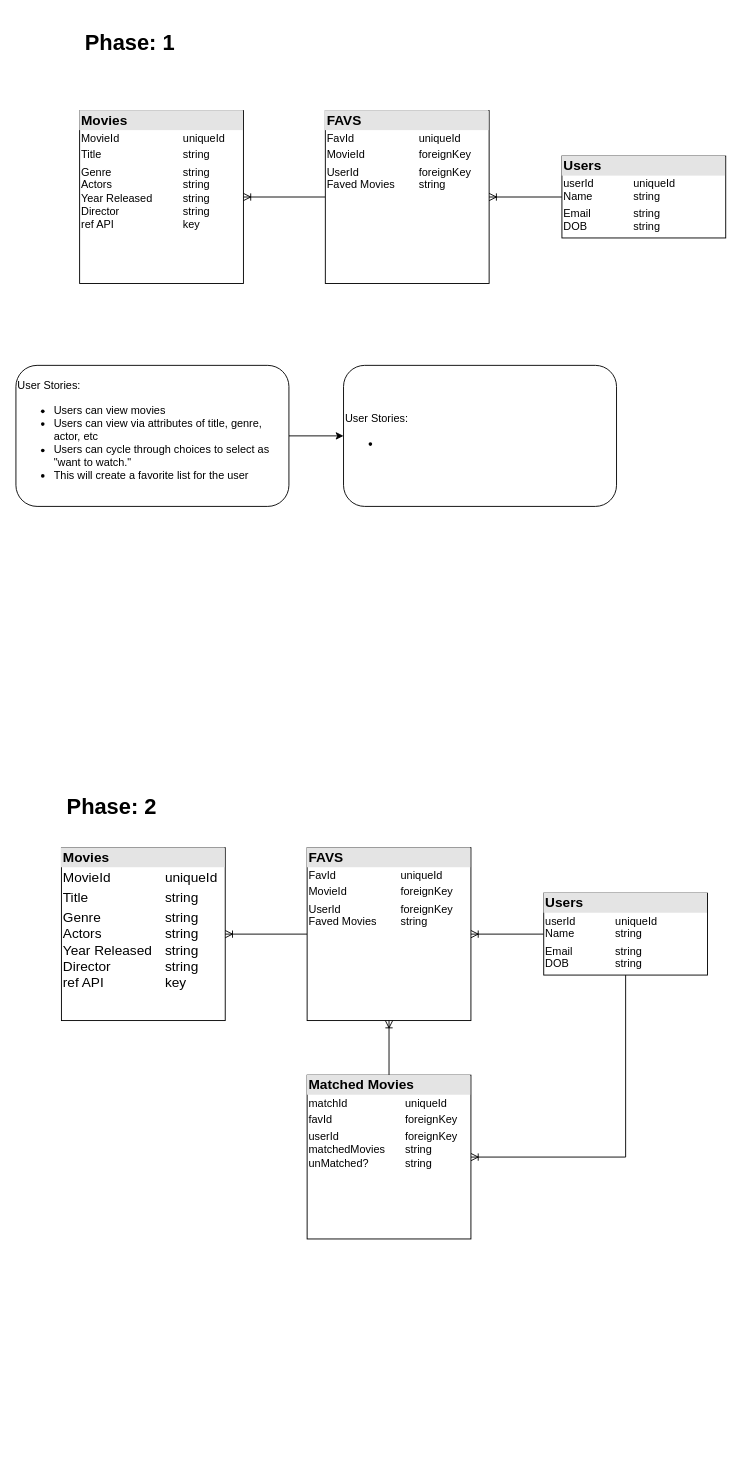
The draw.io diagram nextflix.drawio in Magowntown/nextflix, before the edit. Source tidied: cells renumbered, new cells numbered last; positions are measured from the earlier drawing's top-left corner, leaving out a move shared by most shapes. Both pictures are drawn from the tidied source at 91%, with x=0, y=0 at pixel (15, 20).
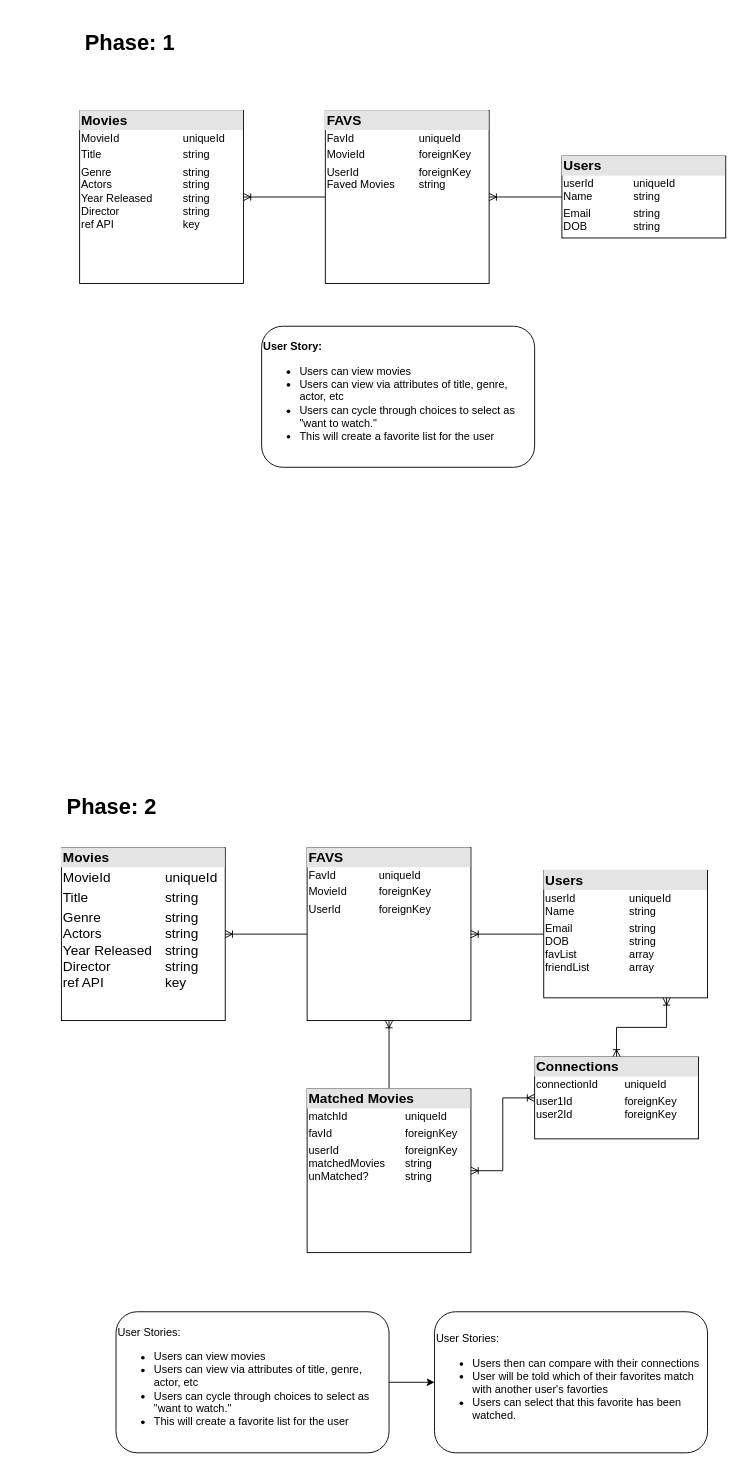
The same page after the edit.

What changed in the source:
```diff
@@
-    <mxCell id="11" value="&lt;div style=&quot;box-sizing: border-box ; width: 100% ; background: #e4e4e4 ; padding: 2px&quot;&gt;&lt;b&gt;&lt;font style=&quot;font-size: 15px&quot;&gt;FAVS&lt;/font&gt;&lt;/b&gt;&lt;/div&gt;&lt;table style=&quot;width: 100% ; font-size: 1em&quot; cellpadding=&quot;2&quot; cellspacing=&quot;0&quot;&gt;&lt;tbody&gt;&lt;tr&gt;&lt;td&gt;FavId&lt;/td&gt;&lt;td&gt;uniqueId&lt;/td&gt;&lt;/tr&gt;&lt;tr&gt;&lt;td&gt;MovieId&lt;/td&gt;&lt;td&gt;foreignKey&lt;/td&gt;&lt;/tr&gt;&lt;tr&gt;&lt;td&gt;UserId&lt;br&gt;Faved Movies&lt;/td&gt;&lt;td&gt;foreignKey&lt;br&gt;string&lt;/td&gt;&lt;/tr&gt;&lt;/tbody&gt;&lt;/table&gt;" style="verticalAlign=top;align=left;overflow=fill;html=1;" parent="1" vertex="1">
+    <mxCell id="11" value="&lt;div style=&quot;box-sizing: border-box ; width: 100% ; background: #e4e4e4 ; padding: 2px&quot;&gt;&lt;b&gt;&lt;font style=&quot;font-size: 15px&quot;&gt;FAVS&lt;/font&gt;&lt;/b&gt;&lt;/div&gt;&lt;table style=&quot;width: 100% ; font-size: 1em&quot; cellpadding=&quot;2&quot; cellspacing=&quot;0&quot;&gt;&lt;tbody&gt;&lt;tr&gt;&lt;td&gt;FavId&lt;/td&gt;&lt;td&gt;uniqueId&lt;/td&gt;&lt;/tr&gt;&lt;tr&gt;&lt;td&gt;MovieId&lt;/td&gt;&lt;td&gt;foreignKey&lt;/td&gt;&lt;/tr&gt;&lt;tr&gt;&lt;td&gt;UserId&lt;br&gt;&lt;br&gt;&lt;/td&gt;&lt;td&gt;foreignKey&lt;br&gt;&lt;br&gt;&lt;/td&gt;&lt;/tr&gt;&lt;/tbody&gt;&lt;/table&gt;" style="verticalAlign=top;align=left;overflow=fill;html=1;" parent="1" vertex="1">
       <mxGeometry x="320" y="909" width="180" height="190" as="geometry" />
     </mxCell>
@@
-    <mxCell id="13" style="edgeStyle=orthogonalEdgeStyle;rounded=0;jettySize=auto;html=1;entryX=1;entryY=0.5;entryDx=0;entryDy=0;endArrow=ERoneToMany;endFill=0;exitX=0.5;exitY=1;exitDx=0;exitDy=0;" parent="1" edge="1" source="14" target="16">
-      <mxGeometry relative="1" as="geometry" />
-    </mxCell>
-    <mxCell id="14" value="&lt;div style=&quot;box-sizing: border-box ; width: 100% ; background: #e4e4e4 ; padding: 2px&quot;&gt;&lt;b&gt;&lt;font style=&quot;font-size: 15px&quot;&gt;Users&lt;/font&gt;&lt;/b&gt;&lt;/div&gt;&lt;table style=&quot;width: 100% ; font-size: 1em&quot; cellpadding=&quot;2&quot; cellspacing=&quot;0&quot;&gt;&lt;tbody&gt;&lt;tr&gt;&lt;td&gt;userId&lt;br&gt;Name&lt;/td&gt;&lt;td&gt;uniqueId&lt;br&gt;string&lt;/td&gt;&lt;/tr&gt;&lt;tr&gt;&lt;td&gt;Email&lt;br&gt;DOB&lt;br&gt;&lt;br&gt;&lt;/td&gt;&lt;td&gt;string&lt;br&gt;string&lt;br&gt;&lt;br&gt;&lt;/td&gt;&lt;/tr&gt;&lt;tr&gt;&lt;td&gt;&lt;/td&gt;&lt;td&gt;&lt;br&gt;&lt;/td&gt;&lt;/tr&gt;&lt;/tbody&gt;&lt;/table&gt;" style="verticalAlign=top;align=left;overflow=fill;html=1;" parent="1" vertex="1">
-      <mxGeometry x="580" y="959" width="180" height="90" as="geometry" />
+    <mxCell id="14" value="&lt;div style=&quot;box-sizing: border-box ; width: 100% ; background: #e4e4e4 ; padding: 2px&quot;&gt;&lt;b&gt;&lt;font style=&quot;font-size: 15px&quot;&gt;Users&lt;/font&gt;&lt;/b&gt;&lt;/div&gt;&lt;table style=&quot;width: 100% ; font-size: 1em&quot; cellpadding=&quot;2&quot; cellspacing=&quot;0&quot;&gt;&lt;tbody&gt;&lt;tr&gt;&lt;td&gt;userId&lt;br&gt;Name&lt;/td&gt;&lt;td&gt;uniqueId&lt;br&gt;string&lt;/td&gt;&lt;/tr&gt;&lt;tr&gt;&lt;td&gt;Email&lt;br&gt;DOB&lt;br&gt;favList&lt;br&gt;friendList&lt;br&gt;&lt;br&gt;&lt;/td&gt;&lt;td&gt;string&lt;br&gt;string&lt;br&gt;array&lt;br&gt;array&lt;br&gt;&lt;br&gt;&lt;/td&gt;&lt;/tr&gt;&lt;tr&gt;&lt;td&gt;&lt;/td&gt;&lt;td&gt;&lt;br&gt;&lt;/td&gt;&lt;/tr&gt;&lt;/tbody&gt;&lt;/table&gt;" style="verticalAlign=top;align=left;overflow=fill;html=1;" parent="1" vertex="1">
+      <mxGeometry x="580" y="934" width="180" height="140" as="geometry" />
     </mxCell>
@@
+    <mxCell id="20" style="edgeStyle=orthogonalEdgeStyle;rounded=0;jettySize=auto;html=1;entryX=0;entryY=0.5;entryDx=0;entryDy=0;startArrow=none;startFill=0;endArrow=ERoneToMany;endFill=0;strokeColor=none;" parent="1" edge="1" source="16" target="24">
+      <mxGeometry relative="1" as="geometry" />
+    </mxCell>
+    <mxCell id="21" style="edgeStyle=orthogonalEdgeStyle;rounded=0;jettySize=auto;html=1;entryX=0;entryY=0.5;entryDx=0;entryDy=0;startArrow=ERoneToMany;startFill=0;endArrow=ERoneToMany;endFill=0;" parent="1" edge="1" source="16" target="24">
+      <mxGeometry relative="1" as="geometry" />
+    </mxCell>
     <mxCell id="16" value="&lt;div style=&quot;box-sizing: border-box ; width: 100% ; background: #e4e4e4 ; padding: 2px&quot;&gt;&lt;b&gt;&lt;font style=&quot;font-size: 15px&quot;&gt;Matched Movies&lt;/font&gt;&lt;/b&gt;&lt;/div&gt;&lt;table style=&quot;width: 100% ; font-size: 1em&quot; cellpadding=&quot;2&quot; cellspacing=&quot;0&quot;&gt;&lt;tbody&gt;&lt;tr&gt;&lt;td&gt;matchId&lt;/td&gt;&lt;td&gt;uniqueId&lt;/td&gt;&lt;/tr&gt;&lt;tr&gt;&lt;td&gt;favId&lt;/td&gt;&lt;td&gt;foreignKey&lt;/td&gt;&lt;/tr&gt;&lt;tr&gt;&lt;td&gt;userId&lt;br&gt;matchedMovies&lt;br&gt;unMatched?&lt;br&gt;&lt;br&gt;&lt;/td&gt;&lt;td&gt;foreignKey&lt;br&gt;string&lt;br&gt;string&lt;br&gt;&lt;br&gt;&lt;/td&gt;&lt;/tr&gt;&lt;/tbody&gt;&lt;/table&gt;" style="verticalAlign=top;align=left;overflow=fill;html=1;" parent="1" vertex="1">
-      <mxGeometry x="320" y="1159" width="180" height="180" as="geometry" />
+      <mxGeometry x="320" y="1174" width="180" height="180" as="geometry" />
     </mxCell>
-    <mxCell id="17" style="edgeStyle=orthogonalEdgeStyle;rounded=0;jettySize=auto;html=1;entryX=0;entryY=0.5;entryDx=0;entryDy=0;endArrow=classic;endFill=1;" parent="1" edge="1" source="18" target="19">
-      <mxGeometry relative="1" as="geometry" />
-    </mxCell>
-    <mxCell id="18" value="User Stories:&lt;br&gt;&lt;ul&gt;&lt;li&gt;Users can view movies&lt;/li&gt;&lt;li&gt;Users can view via attributes of title, genre, actor, etc&lt;/li&gt;&lt;li&gt;Users can cycle through choices to select as &quot;want to watch.&quot;&lt;/li&gt;&lt;li&gt;This will create a favorite list for the user&lt;/li&gt;&lt;/ul&gt;" style="rounded=1;whiteSpace=wrap;html=1;align=left;" parent="1" vertex="1">
-      <mxGeometry y="379" width="300" height="155" as="geometry" />
+    <mxCell id="18" value="&lt;b&gt;User Story:&lt;/b&gt;&lt;br&gt;&lt;ul&gt;&lt;li&gt;Users can view movies&lt;/li&gt;&lt;li&gt;Users can view via attributes of title, genre, actor, etc&lt;/li&gt;&lt;li&gt;Users can cycle through choices to select as &quot;want to watch.&quot;&lt;/li&gt;&lt;li&gt;This will create a favorite list for the user&lt;/li&gt;&lt;/ul&gt;" style="rounded=1;whiteSpace=wrap;html=1;align=left;" parent="1" vertex="1">
+      <mxGeometry x="270" y="336" width="300" height="155" as="geometry" />
     </mxCell>
-    <mxCell id="19" value="User Stories:&lt;br&gt;&lt;ul&gt;&lt;li&gt;&lt;br&gt;&lt;/li&gt;&lt;/ul&gt;" style="rounded=1;whiteSpace=wrap;html=1;align=left;" parent="1" vertex="1">
-      <mxGeometry x="360" y="379" width="300" height="155" as="geometry" />
-    </mxCell>
+    <mxCell id="22" style="edgeStyle=orthogonalEdgeStyle;rounded=0;jettySize=auto;html=1;entryX=0.75;entryY=1;entryDx=0;entryDy=0;endArrow=ERoneToMany;endFill=0;strokeColor=none;startArrow=ERoneToMany;startFill=0;" parent="1" edge="1" source="24" target="14">
+      <mxGeometry relative="1" as="geometry" />
+    </mxCell>
+    <mxCell id="23" style="edgeStyle=orthogonalEdgeStyle;rounded=0;jettySize=auto;html=1;entryX=0.75;entryY=1;entryDx=0;entryDy=0;startArrow=ERoneToMany;startFill=0;endArrow=ERoneToMany;endFill=0;" parent="1" edge="1" source="24" target="14">
+      <mxGeometry relative="1" as="geometry" />
+    </mxCell>
+    <mxCell id="24" value="&lt;div style=&quot;box-sizing: border-box ; width: 100% ; background: #e4e4e4 ; padding: 2px&quot;&gt;&lt;span style=&quot;font-size: 15px&quot;&gt;&lt;b&gt;Connections&lt;/b&gt;&lt;/span&gt;&lt;/div&gt;&lt;table style=&quot;width: 100% ; font-size: 1em&quot; cellpadding=&quot;2&quot; cellspacing=&quot;0&quot;&gt;&lt;tbody&gt;&lt;tr&gt;&lt;td&gt;connectionId&lt;/td&gt;&lt;td&gt;uniqueId&lt;/td&gt;&lt;/tr&gt;&lt;tr&gt;&lt;td&gt;user1Id&lt;br&gt;user2Id&lt;/td&gt;&lt;td&gt;foreignKey&lt;br&gt;foreignKey&lt;br&gt;&lt;/td&gt;&lt;/tr&gt;&lt;tr&gt;&lt;td&gt;&lt;/td&gt;&lt;td&gt;&lt;br&gt;&lt;/td&gt;&lt;/tr&gt;&lt;/tbody&gt;&lt;/table&gt;" style="verticalAlign=top;align=left;overflow=fill;html=1;" parent="1" vertex="1">
+      <mxGeometry x="570" y="1139" width="180" height="90" as="geometry" />
+    </mxCell>
+    <mxCell id="25" style="edgeStyle=orthogonalEdgeStyle;rounded=0;jettySize=auto;html=1;entryX=0;entryY=0.5;entryDx=0;entryDy=0;endArrow=classic;endFill=1;" parent="1" edge="1" source="26" target="27">
+      <mxGeometry relative="1" as="geometry" />
+    </mxCell>
+    <mxCell id="26" value="User Stories:&lt;br&gt;&lt;ul&gt;&lt;li&gt;Users can view movies&lt;/li&gt;&lt;li&gt;Users can view via attributes of title, genre, actor, etc&lt;/li&gt;&lt;li&gt;Users can cycle through choices to select as &quot;want to watch.&quot;&lt;/li&gt;&lt;li&gt;This will create a favorite list for the user&lt;/li&gt;&lt;/ul&gt;" style="rounded=1;whiteSpace=wrap;html=1;align=left;" parent="1" vertex="1">
+      <mxGeometry x="110" y="1419" width="300" height="155" as="geometry" />
+    </mxCell>
+    <mxCell id="27" value="User Stories:&lt;br&gt;&lt;ul&gt;&lt;li&gt;Users then can compare with their connections&lt;/li&gt;&lt;li&gt;User will be told which of their favorites match with another user's favorties&lt;/li&gt;&lt;li&gt;Users can select that this favorite has been watched.&lt;/li&gt;&lt;/ul&gt;" style="rounded=1;whiteSpace=wrap;html=1;align=left;" parent="1" vertex="1">
+      <mxGeometry x="460" y="1419" width="300" height="155" as="geometry" />
+    </mxCell>
```
